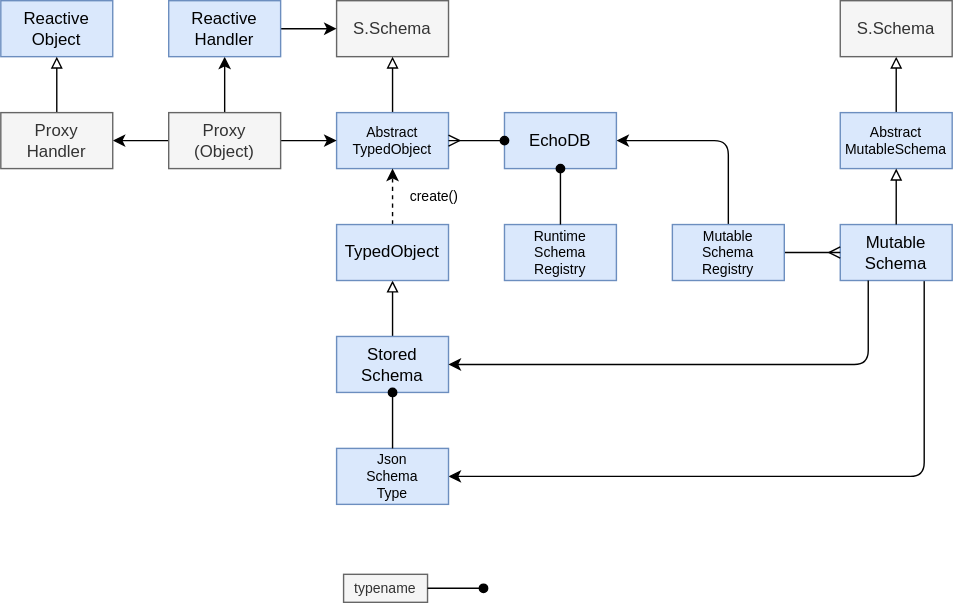
Above: packages/core/echo/echo-schema/docs/schema.drawio.svg in dxos/dxos (draw.io), before the change. Source tidied: cells renumbered, new cells last; positions are measured from the earlier drawing's top-left corner, leaving out a move shared by most shapes.
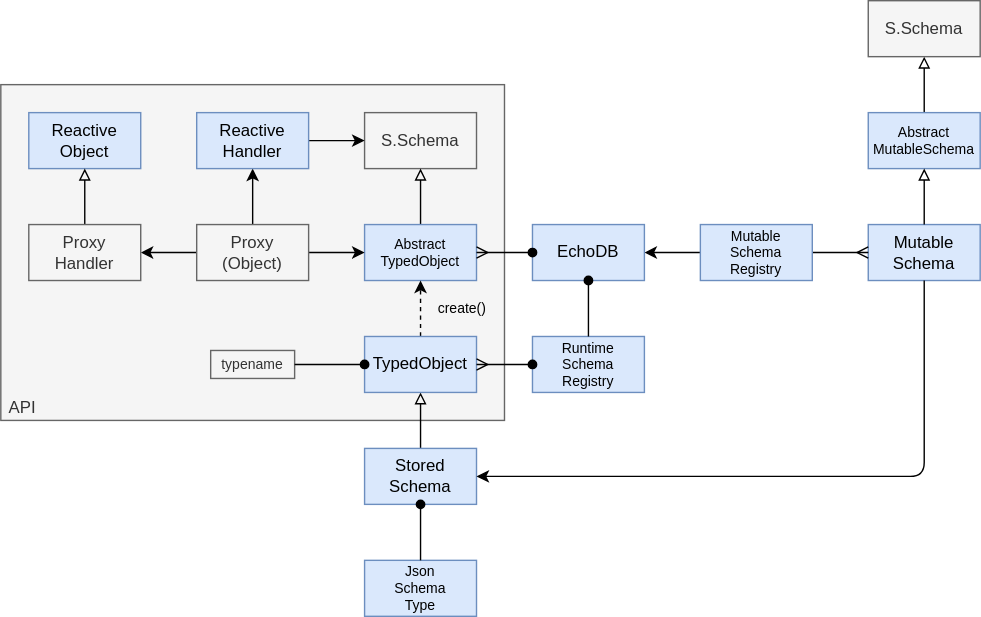
The same file after the commit.

Change to the diagram source:
```diff
@@ -2,6 +2,9 @@
   <root>
     <mxCell id="0" />
     <mxCell id="1" parent="0" />
+    <mxCell id="37" value="API" style="rounded=0;whiteSpace=wrap;html=1;fillColor=#f5f5f5;strokeColor=#666666;fontColor=#333333;align=left;verticalAlign=bottom;spacingLeft=4;" parent="1" vertex="1">
+      <mxGeometry x="-20" y="-20" width="360" height="240" as="geometry" />
+    </mxCell>
     <mxCell id="2" value="S.Schema" style="rounded=0;whiteSpace=wrap;html=1;fillColor=#f5f5f5;fontColor=#333333;strokeColor=#666666;" parent="1" vertex="1">
       <mxGeometry x="240" width="80" height="40" as="geometry" />
     </mxCell>
@@ -14,19 +17,11 @@
     <mxCell id="5" style="edgeStyle=none;html=1;endArrow=block;endFill=0;" parent="1" edge="1" source="20" target="8">
       <mxGeometry relative="1" as="geometry" />
     </mxCell>
-    <mxCell id="6" style="edgeStyle=none;html=1;fontSize=10;endArrow=classic;endFill=1;" parent="1" edge="1" target="9">
-      <mxGeometry relative="1" as="geometry">
-        <mxPoint x="660" y="200" as="sourcePoint" />
-        <Array as="points">
-          <mxPoint x="660" y="340" />
-        </Array>
-      </mxGeometry>
-    </mxCell>
     <mxCell id="7" value="Mutable&lt;br&gt;Schema" style="rounded=0;whiteSpace=wrap;html=1;fillColor=#dae8fc;strokeColor=#6c8ebf;" parent="1" vertex="1">
-      <mxGeometry x="600" y="160" width="80" height="40" as="geometry" />
+      <mxGeometry x="600" y="80" width="80" height="40" as="geometry" />
     </mxCell>
     <mxCell id="8" value="S.Schema" style="rounded=0;whiteSpace=wrap;html=1;fillColor=#f5f5f5;fontColor=#333333;strokeColor=#666666;" parent="1" vertex="1">
-      <mxGeometry x="600" width="80" height="40" as="geometry" />
+      <mxGeometry x="600" y="-80" width="80" height="40" as="geometry" />
     </mxCell>
     <mxCell id="9" value="Json&lt;br style=&quot;font-size: 10px;&quot;&gt;Schema&lt;br style=&quot;font-size: 10px;&quot;&gt;Type" style="rounded=0;whiteSpace=wrap;html=1;fontSize=10;fillColor=#dae8fc;strokeColor=#6c8ebf;" parent="1" vertex="1">
       <mxGeometry x="240" y="320" width="80" height="40" as="geometry" />
@@ -50,38 +45,32 @@
       <mxGeometry relative="1" as="geometry" />
     </mxCell>
     <mxCell id="16" style="edgeStyle=none;html=1;fontSize=10;startArrow=none;startFill=0;endArrow=classic;endFill=1;" parent="1" edge="1" source="17" target="18">
-      <mxGeometry relative="1" as="geometry">
-        <Array as="points">
-          <mxPoint x="520" y="100" />
-        </Array>
-      </mxGeometry>
+      <mxGeometry relative="1" as="geometry" />
     </mxCell>
     <mxCell id="17" value="Mutable&lt;br style=&quot;font-size: 10px;&quot;&gt;Schema&lt;br style=&quot;font-size: 10px;&quot;&gt;Registry" style="rounded=0;whiteSpace=wrap;html=1;fillColor=#dae8fc;strokeColor=#6c8ebf;fontSize=10;" parent="1" vertex="1">
-      <mxGeometry x="480" y="160" width="80" height="40" as="geometry" />
+      <mxGeometry x="480" y="80" width="80" height="40" as="geometry" />
     </mxCell>
     <mxCell id="18" value="EchoDB" style="rounded=0;whiteSpace=wrap;html=1;fillColor=#dae8fc;strokeColor=#6c8ebf;fontSize=12;" parent="1" vertex="1">
       <mxGeometry x="360" y="80" width="80" height="40" as="geometry" />
     </mxCell>
-    <mxCell id="19" style="edgeStyle=none;html=1;fontSize=10;startArrow=none;startFill=0;endArrow=classic;endFill=1;exitX=0.25;exitY=1;exitDx=0;exitDy=0;" parent="1" edge="1" source="7" target="11">
+    <mxCell id="19" style="edgeStyle=none;html=1;fontSize=10;startArrow=none;startFill=0;endArrow=classic;endFill=1;" parent="1" edge="1" source="7" target="11">
       <mxGeometry relative="1" as="geometry">
         <Array as="points">
-          <mxPoint x="620" y="260" />
+          <mxPoint x="640" y="260" />
         </Array>
       </mxGeometry>
     </mxCell>
     <mxCell id="20" value="Abstract&lt;br&gt;MutableSchema" style="rounded=0;whiteSpace=wrap;html=1;fillColor=#dae8fc;strokeColor=#6c8ebf;fontSize=10;" parent="1" vertex="1">
-      <mxGeometry x="600" y="80" width="80" height="40" as="geometry" />
+      <mxGeometry x="600" width="80" height="40" as="geometry" />
     </mxCell>
     <mxCell id="21" style="edgeStyle=none;html=1;endArrow=block;endFill=0;" parent="1" edge="1" source="7" target="20">
       <mxGeometry relative="1" as="geometry" />
     </mxCell>
     <mxCell id="22" value="typename" style="rounded=0;whiteSpace=wrap;html=1;fillColor=#f5f5f5;strokeColor=#666666;fontSize=10;fontColor=#333333;" parent="1" vertex="1">
-      <mxGeometry x="245" y="410" width="60" height="20" as="geometry" />
+      <mxGeometry x="130" y="170" width="60" height="20" as="geometry" />
     </mxCell>
-    <mxCell id="23" style="edgeStyle=none;html=1;fontSize=10;startArrow=oval;startFill=1;endArrow=none;endFill=0;" parent="1" edge="1" target="22">
-      <mxGeometry relative="1" as="geometry">
-        <mxPoint x="345" y="420" as="sourcePoint" />
-      </mxGeometry>
+    <mxCell id="23" style="edgeStyle=none;html=1;fontSize=10;startArrow=oval;startFill=1;endArrow=none;endFill=0;" parent="1" edge="1" source="14" target="22">
+      <mxGeometry relative="1" as="geometry" />
     </mxCell>
     <mxCell id="24" style="edgeStyle=none;html=1;exitX=0;exitY=0.5;exitDx=0;exitDy=0;fontSize=10;startArrow=oval;startFill=1;endArrow=ERmany;endFill=0;" parent="1" edge="1" source="18" target="4">
       <mxGeometry relative="1" as="geometry" />
@@ -122,5 +111,8 @@
     <mxCell id="36" value="Proxy&lt;br&gt;Handler" style="rounded=0;whiteSpace=wrap;html=1;fillColor=#f5f5f5;strokeColor=#666666;fontColor=#333333;" parent="1" vertex="1">
       <mxGeometry y="80" width="80" height="40" as="geometry" />
     </mxCell>
+    <mxCell id="38" style="edgeStyle=none;html=1;exitX=0;exitY=0.5;exitDx=0;exitDy=0;entryX=1;entryY=0.5;entryDx=0;entryDy=0;endArrow=ERmany;endFill=0;startArrow=oval;startFill=1;" parent="1" edge="1" source="25" target="14">
+      <mxGeometry relative="1" as="geometry" />
+    </mxCell>
   </root>
 </mxGraphModel>
```
